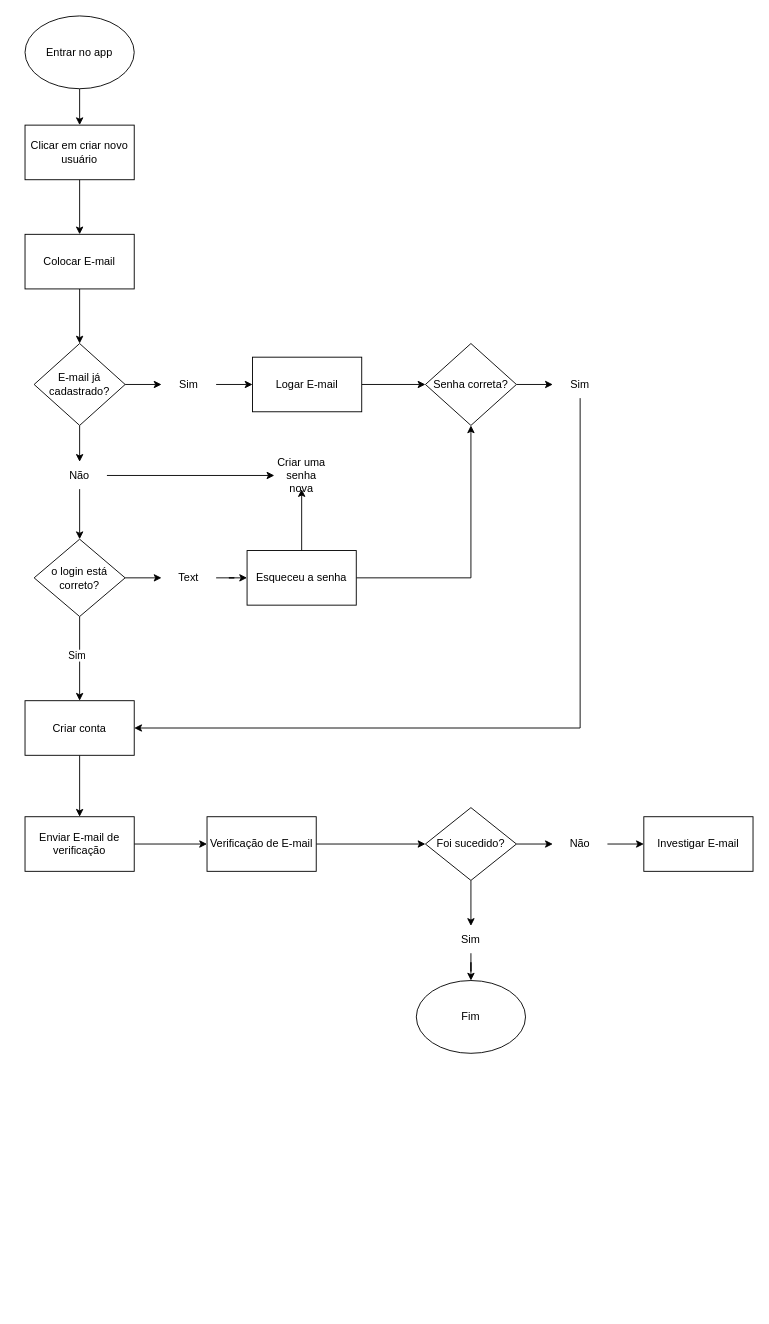
The draw.io diagram page "Página-1" (1 of 3) of doc/tela.drawio in anninha2006/fluxograma, before the edit. Source tidied: cells renumbered, new cells numbered last; positions are measured from the earlier drawing's top-left corner, leaving out a move shared by most shapes. Both pictures are drawn from the tidied source at 91%, with x=0, y=0 at pixel (25, 15).
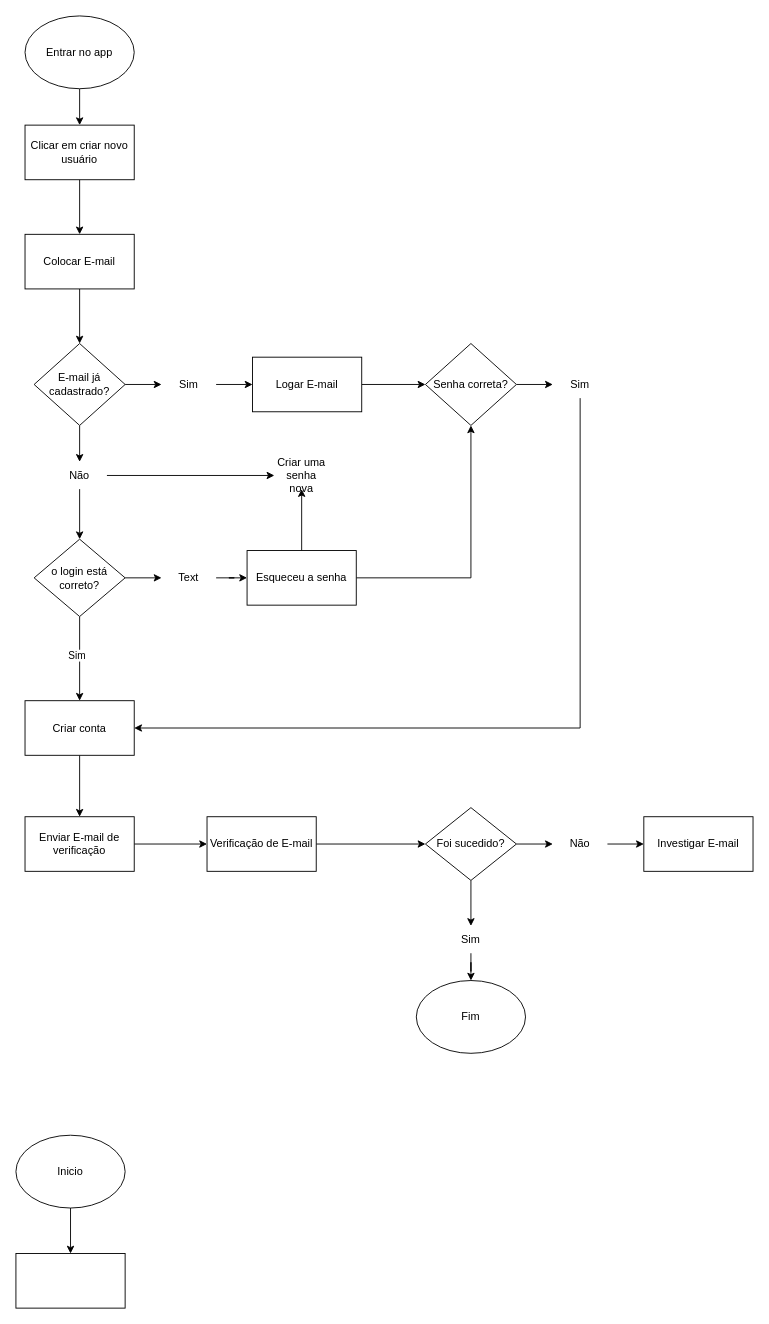
The same page after the edit.

Commit message (it also covers changes not shown here):
fazendo interfaces

Diff of the diagram source:
```diff
@@
+    <mxCell id="47" style="edgeStyle=orthogonalEdgeStyle;rounded=0;jettySize=auto;html=1;" parent="1" edge="1" source="48" target="49">
+      <mxGeometry relative="1" as="geometry" />
+    </mxCell>
+    <mxCell id="48" value="Inicio" style="ellipse;whiteSpace=wrap;html=1;" parent="1" vertex="1">
+      <mxGeometry x="-10" y="1230" width="120" height="80" as="geometry" />
+    </mxCell>
+    <mxCell id="49" style="whiteSpace=wrap;html=1;" parent="1" vertex="1">
+      <mxGeometry x="-10" y="1360" width="120" height="60" as="geometry" />
+    </mxCell>
```
